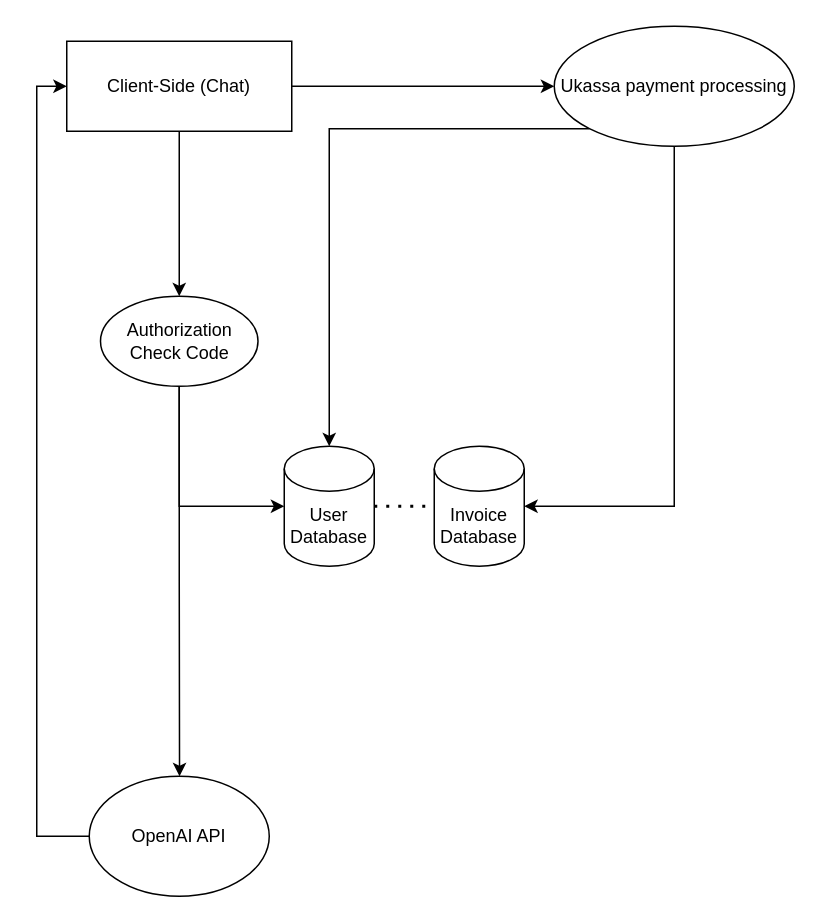
Earlier version of the draw.io diagram Untitled Diagram.drawio (vadimpavliukevich/GPT). Source tidied: cells renumbered, new cells numbered last; positions are measured from the earlier drawing's top-left corner, leaving out a move shared by most shapes. Both pictures are drawn from the tidied source at 150%, with x=0, y=0 at pixel (66, 26).
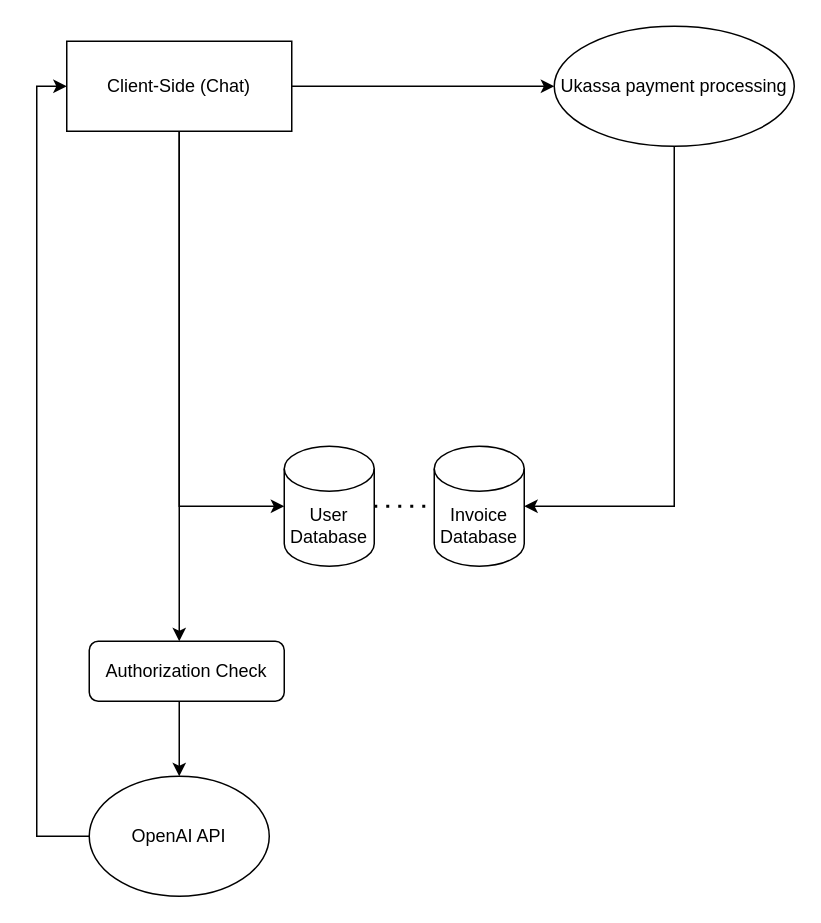
The same diagram, later.

The change refers to these unchanged cells:
```xml
<mxCell id="4" value="Client-Side (Chat)" style="rounded=0;whiteSpace=wrap;html=1;" parent="1" vertex="1">
  <mxGeometry y="10" width="150" height="60" as="geometry" />
</mxCell>
<mxCell id="11" value="Ukassa payment processing" style="ellipse;whiteSpace=wrap;html=1;" parent="1" vertex="1">
  <mxGeometry x="325" width="160" height="80" as="geometry" />
</mxCell>
<mxCell id="12" value="User Database" style="shape=cylinder3;whiteSpace=wrap;html=1;boundedLbl=1;backgroundOutline=1;size=15;" parent="1" vertex="1">
  <mxGeometry x="145" y="280" width="60" height="80" as="geometry" />
</mxCell>
<mxCell id="15" value="OpenAI API" style="ellipse;whiteSpace=wrap;html=1;" parent="1" vertex="1">
  <mxGeometry x="15" y="500" width="120" height="80" as="geometry" />
</mxCell>
```

Change to the diagram source:
```diff
@@
-    <mxCell id="2" style="edgeStyle=orthogonalEdgeStyle;rounded=0;jettySize=auto;html=1;" parent="1" edge="1" source="4" target="7">
+    <mxCell id="2" style="edgeStyle=orthogonalEdgeStyle;rounded=0;jettySize=auto;html=1;" parent="1" edge="1" source="4" target="18">
       <mxGeometry relative="1" as="geometry">
         <Array as="points">
-          <mxPoint x="75" y="120" />
-          <mxPoint x="75" y="120" />
+          <mxPoint x="75" y="320" />
+          <mxPoint x="75" y="320" />
         </Array>
       </mxGeometry>
     </mxCell>
@@
+    <mxCell id="16" style="edgeStyle=orthogonalEdgeStyle;rounded=0;jettySize=auto;html=1;exitX=0.5;exitY=1;exitDx=0;exitDy=0;entryX=0;entryY=0.5;entryDx=0;entryDy=0;entryPerimeter=0;" parent="1" edge="1" source="4" target="12">
+      <mxGeometry relative="1" as="geometry" />
+    </mxCell>
@@
-    <mxCell id="5" style="edgeStyle=orthogonalEdgeStyle;rounded=0;jettySize=auto;html=1;entryX=0;entryY=0.5;entryDx=0;entryDy=0;entryPerimeter=0;" parent="1" edge="1" source="7" target="12">
-      <mxGeometry relative="1" as="geometry">
-        <Array as="points">
-          <mxPoint x="75" y="320" />
-        </Array>
-      </mxGeometry>
-    </mxCell>
-    <mxCell id="6" style="edgeStyle=orthogonalEdgeStyle;rounded=0;jettySize=auto;html=1;exitX=0.5;exitY=1;exitDx=0;exitDy=0;entryX=0.564;entryY=0;entryDx=0;entryDy=0;entryPerimeter=0;" parent="1" edge="1" source="7">
-      <mxGeometry relative="1" as="geometry">
-        <mxPoint x="75.2" y="500" as="targetPoint" />
-      </mxGeometry>
-    </mxCell>
-    <mxCell id="7" value="Authorization Check Code" style="ellipse;whiteSpace=wrap;html=1;" parent="1" vertex="1">
-      <mxGeometry x="22.5" y="180" width="105" height="60" as="geometry" />
-    </mxCell>
@@
-    <mxCell id="10" style="edgeStyle=orthogonalEdgeStyle;rounded=0;jettySize=auto;html=1;exitX=0;exitY=1;exitDx=0;exitDy=0;entryX=0.5;entryY=0;entryDx=0;entryDy=0;entryPerimeter=0;" parent="1" edge="1" source="11" target="12">
-      <mxGeometry relative="1" as="geometry" />
-    </mxCell>
@@
+    <mxCell id="17" style="edgeStyle=orthogonalEdgeStyle;rounded=0;jettySize=auto;html=1;" parent="1" edge="1" source="18" target="15">
+      <mxGeometry relative="1" as="geometry">
+        <Array as="points">
+          <mxPoint x="75" y="460" />
+          <mxPoint x="75" y="460" />
+        </Array>
+      </mxGeometry>
+    </mxCell>
+    <mxCell id="18" value="Authorization Check" style="rounded=1;whiteSpace=wrap;html=1;" parent="1" vertex="1">
+      <mxGeometry x="15" y="410" width="130" height="40" as="geometry" />
+    </mxCell>
```
